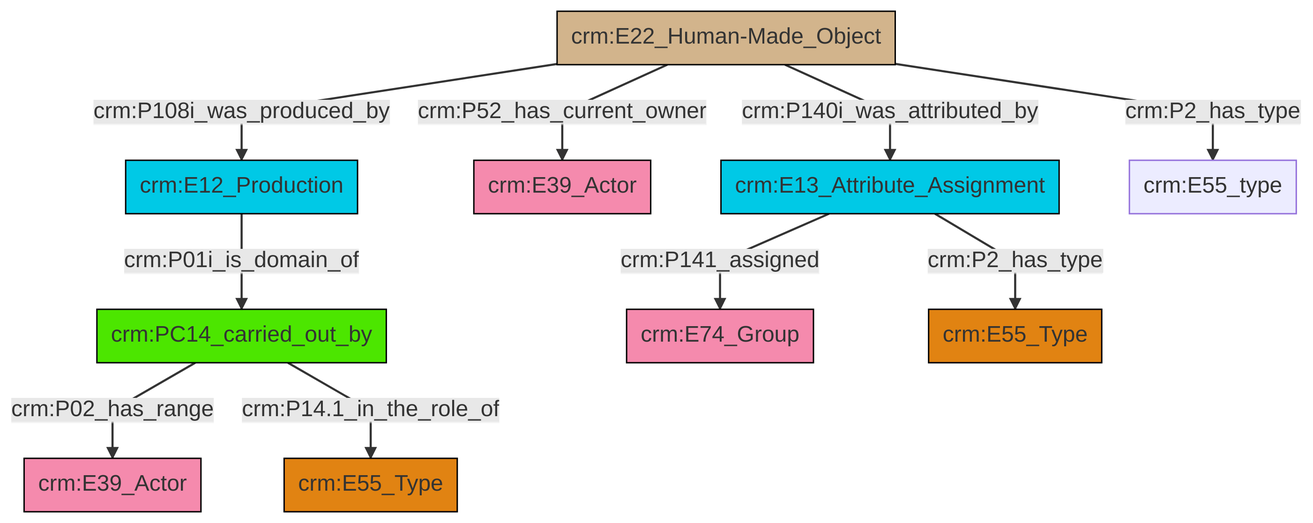
Earlier version of the Mermaid export et/builtWorkCSV/ttl/mmd/png/Built_Work_actor_relations.png (swiss-art-research-net/reference-data-models). Its source is kept beside it as et/builtWorkCSV/ttl/mmd/Built_Work_actor_relations.ttl.mmd.
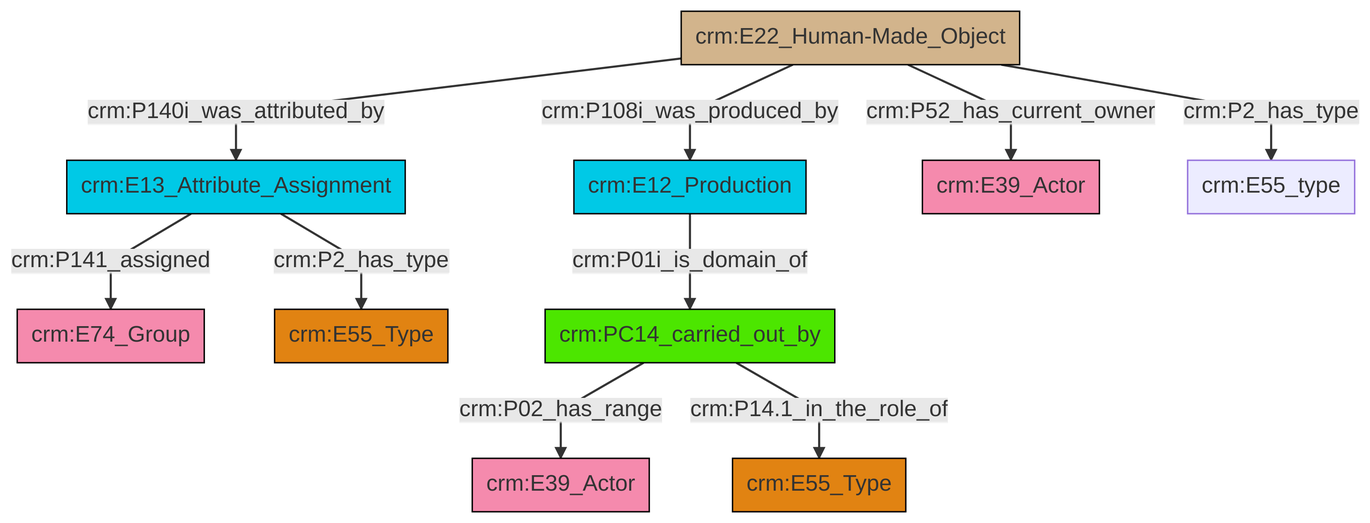
After the commit.

Diff of the diagram source:
```diff
@@ -13,12 +13,12 @@
 classDef PC_Classes fill:#4ce600, stroke:#000000;
 classDef Multi fill:#cccccc,stroke:#000000;
 
-2["crm:E22_Human-Made_Object"]:::Physical_Thing -->|crm:P108i_was_produced_by| 3["crm:E12_Production"]:::Temporal_Entity
-4["crm:E13_Attribute_Assignment"]:::Temporal_Entity -->|crm:P141_assigned| 5["crm:E74_Group"]:::Actor
-3["crm:E12_Production"]:::Temporal_Entity -->|crm:P01i_is_domain_of| 6["crm:PC14_carried_out_by"]:::PC_Classes
-6["crm:PC14_carried_out_by"]:::PC_Classes -->|crm:P02_has_range| 7["crm:E39_Actor"]:::Actor
-2["crm:E22_Human-Made_Object"]:::Physical_Thing -->|crm:P52_has_current_owner| 8["crm:E39_Actor"]:::Actor
-6["crm:PC14_carried_out_by"]:::PC_Classes -->|crm:P14.1_in_the_role_of| 0["crm:E55_Type"]:::Type
-4["crm:E13_Attribute_Assignment"]:::Temporal_Entity -->|crm:P2_has_type| 12["crm:E55_Type"]:::Type
-2["crm:E22_Human-Made_Object"]:::Physical_Thing -->|crm:P140i_was_attributed_by| 4["crm:E13_Attribute_Assignment"]:::Temporal_Entity
-2["crm:E22_Human-Made_Object"]:::Physical_Thing -->|crm:P2_has_type| 10["crm:E55_type"]:::Default
+2["crm:E13_Attribute_Assignment"]:::Temporal_Entity -->|crm:P141_assigned| 3["crm:E74_Group"]:::Actor
+4["crm:PC14_carried_out_by"]:::PC_Classes -->|crm:P02_has_range| 5["crm:E39_Actor"]:::Actor
+0["crm:E22_Human-Made_Object"]:::Physical_Thing -->|crm:P140i_was_attributed_by| 2["crm:E13_Attribute_Assignment"]:::Temporal_Entity
+4["crm:PC14_carried_out_by"]:::PC_Classes -->|crm:P14.1_in_the_role_of| 6["crm:E55_Type"]:::Type
+0["crm:E22_Human-Made_Object"]:::Physical_Thing -->|crm:P108i_was_produced_by| 7["crm:E12_Production"]:::Temporal_Entity
+0["crm:E22_Human-Made_Object"]:::Physical_Thing -->|crm:P52_has_current_owner| 8["crm:E39_Actor"]:::Actor
+7["crm:E12_Production"]:::Temporal_Entity -->|crm:P01i_is_domain_of| 4["crm:PC14_carried_out_by"]:::PC_Classes
+2["crm:E13_Attribute_Assignment"]:::Temporal_Entity -->|crm:P2_has_type| 10["crm:E55_Type"]:::Type
+0["crm:E22_Human-Made_Object"]:::Physical_Thing -->|crm:P2_has_type| 17["crm:E55_type"]:::Default
```
